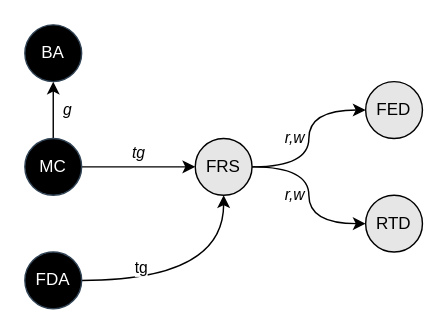
mattwhitesides/CS6600-CompSec keeps this draw.io diagram as Assignments/Final Project/3. Infrastructure T-G/Models/TGModel.drawio. Above is the earlier version. Source tidied: cells renumbered, new cells numbered last; positions are measured from the earlier drawing's top-left corner, leaving out a move shared by most shapes. Both pictures are drawn from the tidied source at 142%, with x=0, y=0 at pixel (24, 24).
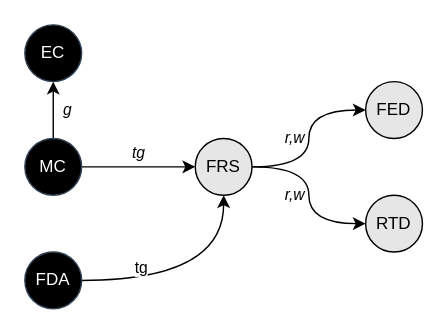
The same diagram, later.

What changed in the source:
```diff
@@
 <mxGraphModel>
   <root>
     <mxCell id="0" />
     <mxCell id="1" parent="0" />
-    <mxCell id="2" value="BA" style="ellipse;whiteSpace=wrap;html=1;fillColor=#000000;strokeColor=#314354;fontColor=#ffffff;" parent="1" vertex="1">
+    <mxCell id="2" value="EC" style="ellipse;whiteSpace=wrap;html=1;fillColor=#000000;strokeColor=#314354;fontColor=#ffffff;" parent="1" vertex="1">
       <mxGeometry width="40" height="40" as="geometry" />
     </mxCell>
     <mxCell id="3" value="&lt;i&gt;tg&lt;/i&gt;" style="edgeStyle=orthogonalEdgeStyle;jettySize=auto;html=1;exitX=1;exitY=0.5;exitDx=0;exitDy=0;entryX=0;entryY=0.5;entryDx=0;entryDy=0;curved=1;" parent="1" edge="1" source="5" target="11">
       <mxGeometry y="10" relative="1" as="geometry" />
     </mxCell>
     <mxCell id="4" value="&lt;i&gt;g&lt;/i&gt;" style="edgeStyle=orthogonalEdgeStyle;curved=1;jettySize=auto;html=1;exitX=0.5;exitY=0;exitDx=0;exitDy=0;entryX=0.5;entryY=1;entryDx=0;entryDy=0;" parent="1" edge="1" source="5" target="2">
       <mxGeometry y="-10" relative="1" as="geometry" />
     </mxCell>
     <mxCell id="5" value="MC" style="ellipse;whiteSpace=wrap;html=1;fillColor=#000000;strokeColor=#314354;fontColor=#ffffff;" parent="1" vertex="1">
       <mxGeometry y="80" width="40" height="40" as="geometry" />
     </mxCell>
     <mxCell id="6" style="edgeStyle=orthogonalEdgeStyle;jettySize=auto;html=1;exitX=1;exitY=0.5;exitDx=0;exitDy=0;entryX=0.5;entryY=1;entryDx=0;entryDy=0;curved=1;" parent="1" edge="1" source="8" target="11">
       <mxGeometry relative="1" as="geometry" />
     </mxCell>
     <mxCell id="7" value="tg" style="edgeLabel;html=1;align=center;verticalAlign=middle;" parent="6" vertex="1">
       <mxGeometry x="-0.08" y="13" relative="1" as="geometry">
         <mxPoint x="-33" y="3" as="offset" />
       </mxGeometry>
     </mxCell>
     <mxCell id="8" value="FDA" style="ellipse;whiteSpace=wrap;html=1;fillColor=#000000;strokeColor=#314354;fontColor=#ffffff;" parent="1" vertex="1">
       <mxGeometry y="160" width="40" height="40" as="geometry" />
     </mxCell>
     <mxCell id="9" value="&lt;i&gt;r,w&lt;/i&gt;" style="edgeStyle=orthogonalEdgeStyle;curved=1;jettySize=auto;html=1;exitX=1;exitY=0.5;exitDx=0;exitDy=0;entryX=0;entryY=0.5;entryDx=0;entryDy=0;" parent="1" edge="1" source="11" target="13">
       <mxGeometry y="-10" relative="1" as="geometry" />
     </mxCell>
     <mxCell id="10" value="&lt;i&gt;r,w&lt;/i&gt;" style="edgeStyle=orthogonalEdgeStyle;curved=1;jettySize=auto;html=1;exitX=1;exitY=0.5;exitDx=0;exitDy=0;entryX=0;entryY=0.5;entryDx=0;entryDy=0;" parent="1" edge="1" source="11" target="12">
       <mxGeometry y="10" relative="1" as="geometry" />
     </mxCell>
     <mxCell id="11" value="FRS" style="ellipse;whiteSpace=wrap;html=1;fillColor=#E6E6E6;" parent="1" vertex="1">
       <mxGeometry x="120" y="80" width="40" height="40" as="geometry" />
     </mxCell>
     <mxCell id="12" value="FED" style="ellipse;whiteSpace=wrap;html=1;fillColor=#E6E6E6;" parent="1" vertex="1">
       <mxGeometry x="240" y="40" width="40" height="40" as="geometry" />
     </mxCell>
     <mxCell id="13" value="RTD" style="ellipse;whiteSpace=wrap;html=1;fillColor=#E6E6E6;" parent="1" vertex="1">
       <mxGeometry x="240" y="120" width="40" height="40" as="geometry" />
     </mxCell>
   </root>
 </mxGraphModel>
```
